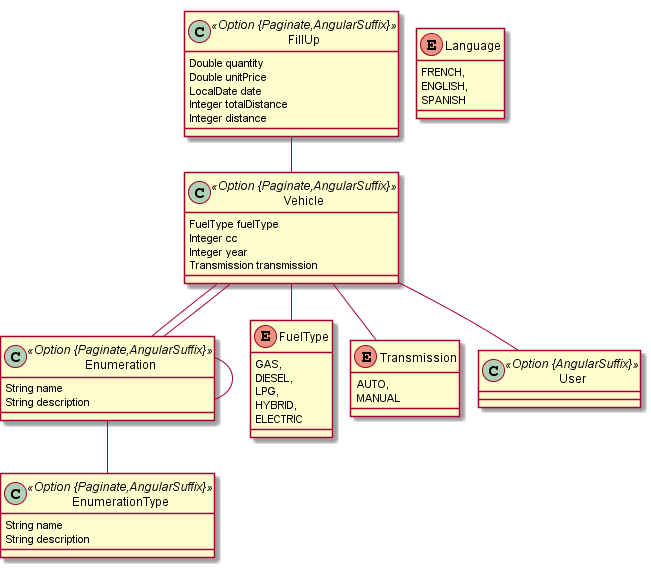
hazerbaker/yakitanaliz keeps this PlantUML diagram as jhipster-jdl.png. Above is the earlier version.
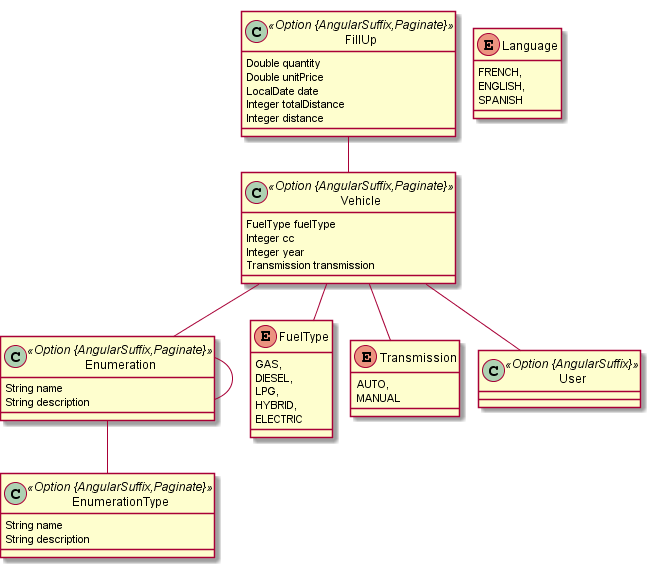
The same file after the commit.

The edit, as a diff of the source:
```diff
@@ -1,15 +1,15 @@
 @startuml
 	!pragma graphviz_dot jdot
 	!pragma syntax class
-	class EnumerationType <<Option {Paginate,AngularSuffix}>> {
+	class EnumerationType <<Option {AngularSuffix,Paginate}>> {
 		String name
 		String description
 	}
-	class Enumeration <<Option {Paginate,AngularSuffix}>> {
+	class Enumeration <<Option {AngularSuffix,Paginate}>> {
 		String name
 		String description
 	}
-	class Vehicle <<Option {Paginate,AngularSuffix}>> {
+	class Vehicle <<Option {AngularSuffix,Paginate}>> {
 		FuelType fuelType
 		Integer cc
 		Integer year
@@ -17,7 +17,7 @@
 	}
 	Vehicle ..> FuelType
 	Vehicle ..> Transmission
-	class FillUp <<Option {Paginate,AngularSuffix}>> {
+	class FillUp <<Option {AngularSuffix,Paginate}>> {
 		Double quantity
 		Double unitPrice
 		LocalDate date
@@ -41,7 +41,6 @@
 		MANUAL
 	}
 	Enumeration  "enumerationType 0..* " o-- "0..1 "  EnumerationType
-	Vehicle  "make 0..* " o-- "0..1 "  Enumeration
 	Vehicle  "model 0..* " o-- "0..1 "  Enumeration
 	FillUp  "vehicle 0..* " o-- "0..1 "  Vehicle
 	Enumeration  "parent 0..* " o-- "0..1 "  Enumeration
```
